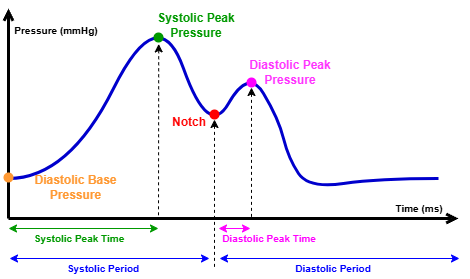
Above: pump_ta018/assets/image/pressureGraph.png in sinekarlintang/PULSAR18_APP (draw.io), before the change. Source tidied: cells renumbered, new cells last; positions are measured from the earlier drawing's top-left corner, leaving out a move shared by most shapes.
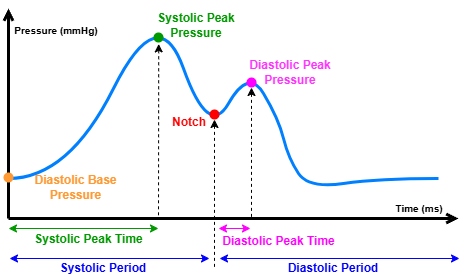
The same file after the commit.

Diff of the diagram source:
```diff
@@ -2,67 +2,67 @@
   <root>
     <mxCell id="0" />
     <mxCell id="1" parent="0" />
-    <mxCell id="2" style="curved=1;endArrow=none;html=1;rounded=0;startFill=0;strokeColor=#0000CC;strokeWidth=3;" parent="1" edge="1">
-      <mxGeometry relative="1" as="geometry">
-        <mxPoint x="435" y="180" as="sourcePoint" />
-        <mxPoint x="5" y="180" as="targetPoint" />
-        <Array as="points">
-          <mxPoint x="375" y="180" />
-          <mxPoint x="305" y="190" />
-          <mxPoint x="285" y="160" />
-          <mxPoint x="275" y="120" />
-          <mxPoint x="245" y="70" />
-          <mxPoint x="205" y="140" />
-          <mxPoint x="155" />
-          <mxPoint x="65" y="180" />
-        </Array>
-      </mxGeometry>
-    </mxCell>
-    <mxCell id="3" style="endArrow=open;startArrow=none;html=1;rounded=0;strokeWidth=3;startFill=0;endFill=0;" parent="1" edge="1">
-      <mxGeometry relative="1" as="geometry">
-        <mxPoint x="5" y="220" as="sourcePoint" />
-        <mxPoint x="5" y="10" as="targetPoint" />
-      </mxGeometry>
-    </mxCell>
-    <mxCell id="4" style="endArrow=none;startArrow=open;html=1;rounded=0;strokeWidth=3;startFill=0;endFill=0;" parent="1" edge="1">
-      <mxGeometry relative="1" as="geometry">
-        <mxPoint x="455" y="220" as="sourcePoint" />
-        <mxPoint x="5" y="220" as="targetPoint" />
-      </mxGeometry>
-    </mxCell>
-    <mxCell id="5" style="endArrow=classic;startArrow=classic;html=1;rounded=0;strokeWidth=1;startFill=1;endFill=1;fontColor=#00FF00;strokeColor=#009900;" parent="1" edge="1">
-      <mxGeometry relative="1" as="geometry">
-        <mxPoint x="5" y="230" as="sourcePoint" />
-        <mxPoint x="155" y="230" as="targetPoint" />
-      </mxGeometry>
-    </mxCell>
-    <mxCell id="6" style="endArrow=none;startArrow=classic;html=1;rounded=0;strokeWidth=1;startFill=1;endFill=1;dashed=1;exitX=0.522;exitY=1.142;exitDx=0;exitDy=0;exitPerimeter=0;" parent="1" edge="1" source="11">
-      <mxGeometry relative="1" as="geometry">
-        <mxPoint x="155" y="220" as="targetPoint" />
-      </mxGeometry>
-    </mxCell>
-    <mxCell id="7" style="endArrow=none;startArrow=classic;html=1;rounded=0;strokeWidth=1;startFill=1;endFill=1;dashed=1;exitX=0.5;exitY=1;exitDx=0;exitDy=0;" parent="1" edge="1" source="13">
-      <mxGeometry relative="1" as="geometry">
-        <mxPoint x="248" y="220" as="targetPoint" />
-      </mxGeometry>
-    </mxCell>
-    <mxCell id="8" style="endArrow=none;startArrow=classic;html=1;rounded=0;strokeWidth=1;startFill=1;endFill=1;dashed=1;exitX=0.5;exitY=1;exitDx=0;exitDy=0;" parent="1" edge="1" source="12">
-      <mxGeometry relative="1" as="geometry">
-        <mxPoint x="211" y="270" as="targetPoint" />
-      </mxGeometry>
-    </mxCell>
-    <mxCell id="9" style="endArrow=classic;startArrow=classic;html=1;rounded=0;strokeWidth=1;startFill=1;endFill=1;strokeColor=#0000FF;" parent="1" edge="1">
-      <mxGeometry relative="1" as="geometry">
-        <mxPoint x="6" y="260" as="sourcePoint" />
-        <mxPoint x="206" y="260" as="targetPoint" />
-      </mxGeometry>
-    </mxCell>
-    <mxCell id="10" style="endArrow=classic;startArrow=classic;html=1;rounded=0;strokeWidth=1;startFill=1;endFill=1;strokeColor=#0000FF;" parent="1" edge="1">
-      <mxGeometry relative="1" as="geometry">
-        <mxPoint x="216" y="260" as="sourcePoint" />
-        <mxPoint x="456" y="260" as="targetPoint" />
-      </mxGeometry>
-    </mxCell>
+    <mxCell id="26" style="curved=1;endArrow=none;html=1;rounded=0;startFill=0;strokeColor=#007FFF;strokeWidth=3;" parent="1" edge="1">
+      <mxGeometry relative="1" as="geometry">
+        <mxPoint x="435" y="180" as="sourcePoint" />
+        <mxPoint x="5" y="180" as="targetPoint" />
+        <Array as="points">
+          <mxPoint x="375" y="180" />
+          <mxPoint x="305" y="190" />
+          <mxPoint x="285" y="160" />
+          <mxPoint x="275" y="120" />
+          <mxPoint x="245" y="70" />
+          <mxPoint x="205" y="140" />
+          <mxPoint x="155" />
+          <mxPoint x="65" y="180" />
+        </Array>
+      </mxGeometry>
+    </mxCell>
+    <mxCell id="27" style="endArrow=open;startArrow=none;html=1;rounded=0;strokeWidth=3;startFill=0;endFill=0;" parent="1" edge="1">
+      <mxGeometry relative="1" as="geometry">
+        <mxPoint x="5" y="220" as="sourcePoint" />
+        <mxPoint x="5" y="10" as="targetPoint" />
+      </mxGeometry>
+    </mxCell>
+    <mxCell id="28" style="endArrow=none;startArrow=open;html=1;rounded=0;strokeWidth=3;startFill=0;endFill=0;" parent="1" edge="1">
+      <mxGeometry relative="1" as="geometry">
+        <mxPoint x="455" y="220" as="sourcePoint" />
+        <mxPoint x="5" y="220" as="targetPoint" />
+      </mxGeometry>
+    </mxCell>
+    <mxCell id="29" style="endArrow=classic;startArrow=classic;html=1;rounded=0;strokeWidth=1;startFill=1;endFill=1;fontColor=#00FF00;strokeColor=#009900;" parent="1" edge="1">
+      <mxGeometry relative="1" as="geometry">
+        <mxPoint x="5" y="230" as="sourcePoint" />
+        <mxPoint x="155" y="230" as="targetPoint" />
+      </mxGeometry>
+    </mxCell>
+    <mxCell id="30" style="endArrow=none;startArrow=classic;html=1;rounded=0;strokeWidth=1;startFill=1;endFill=1;dashed=1;exitX=0.522;exitY=1.142;exitDx=0;exitDy=0;exitPerimeter=0;" parent="1" edge="1" source="11">
+      <mxGeometry relative="1" as="geometry">
+        <mxPoint x="155" y="220" as="targetPoint" />
+      </mxGeometry>
+    </mxCell>
+    <mxCell id="31" style="endArrow=none;startArrow=classic;html=1;rounded=0;strokeWidth=1;startFill=1;endFill=1;dashed=1;exitX=0.5;exitY=1;exitDx=0;exitDy=0;" parent="1" edge="1" source="13">
+      <mxGeometry relative="1" as="geometry">
+        <mxPoint x="248" y="220" as="targetPoint" />
+      </mxGeometry>
+    </mxCell>
+    <mxCell id="32" style="endArrow=none;startArrow=classic;html=1;rounded=0;strokeWidth=1;startFill=1;endFill=1;dashed=1;exitX=0.5;exitY=1;exitDx=0;exitDy=0;" parent="1" edge="1" source="12">
+      <mxGeometry relative="1" as="geometry">
+        <mxPoint x="211" y="270" as="targetPoint" />
+      </mxGeometry>
+    </mxCell>
+    <mxCell id="33" style="endArrow=classic;startArrow=classic;html=1;rounded=0;strokeWidth=1;startFill=1;endFill=1;strokeColor=#0000FF;" parent="1" edge="1">
+      <mxGeometry relative="1" as="geometry">
+        <mxPoint x="6" y="260" as="sourcePoint" />
+        <mxPoint x="206" y="260" as="targetPoint" />
+      </mxGeometry>
+    </mxCell>
+    <mxCell id="34" style="endArrow=classic;startArrow=classic;html=1;rounded=0;strokeWidth=1;startFill=1;endFill=1;strokeColor=#0000FF;" parent="1" edge="1">
+      <mxGeometry relative="1" as="geometry">
+        <mxPoint x="216" y="260" as="sourcePoint" />
+        <mxPoint x="456" y="260" as="targetPoint" />
+      </mxGeometry>
+    </mxCell>
     <mxCell id="11" style="ellipse;whiteSpace=wrap;html=1;fillColor=#009900;strokeColor=none;" parent="1" vertex="1">
       <mxGeometry x="150" y="34" width="10" height="10" as="geometry" />
     </mxCell>
@@ -81,22 +81,22 @@
     <mxCell id="16" value="&lt;font style=&quot;color: rgb(255, 0, 0);&quot;&gt;Notch&lt;/font&gt;" style="text;html=1;align=center;verticalAlign=middle;whiteSpace=wrap;rounded=0;fontStyle=1;fontColor=#00FF00;rotation=0;" parent="1" vertex="1">
       <mxGeometry x="126" y="109" width="120" height="30" as="geometry" />
     </mxCell>
-    <mxCell id="17" value="&lt;span style=&quot;&quot;&gt;&lt;b&gt;&lt;font style=&quot;color: rgb(0, 153, 0);&quot;&gt;Systolic Peak Time&lt;/font&gt;&lt;/b&gt;&lt;/span&gt;" style="text;html=1;align=center;verticalAlign=middle;whiteSpace=wrap;rounded=0;fontStyle=0;fontColor=#00FF00;fontSize=10;" parent="1" vertex="1">
-      <mxGeometry x="26" y="230" width="100" height="20" as="geometry" />
+    <mxCell id="17" value="&lt;span&gt;&lt;b&gt;&lt;font style=&quot;color: rgb(0, 153, 0);&quot;&gt;Systolic Peak Time&lt;/font&gt;&lt;/b&gt;&lt;/span&gt;" style="text;html=1;align=center;verticalAlign=middle;whiteSpace=wrap;rounded=0;fontStyle=0;fontColor=#00FF00;fontSize=12;" parent="1" vertex="1">
+      <mxGeometry x="26" y="231" width="119" height="20" as="geometry" />
     </mxCell>
-    <mxCell id="18" style="endArrow=classic;startArrow=classic;html=1;rounded=0;strokeWidth=1;startFill=1;endFill=1;fontColor=#FFFF00;strokeColor=#FF00FF;" parent="1" edge="1">
-      <mxGeometry relative="1" as="geometry">
-        <mxPoint x="215" y="230" as="sourcePoint" />
-        <mxPoint x="247" y="230" as="targetPoint" />
-      </mxGeometry>
-    </mxCell>
+    <mxCell id="35" style="endArrow=classic;startArrow=classic;html=1;rounded=0;strokeWidth=1;startFill=1;endFill=1;fontColor=#FFFF00;strokeColor=#FF00FF;" parent="1" edge="1">
+      <mxGeometry relative="1" as="geometry">
+        <mxPoint x="215" y="230" as="sourcePoint" />
+        <mxPoint x="247" y="230" as="targetPoint" />
+      </mxGeometry>
+    </mxCell>
-    <mxCell id="19" value="&lt;span style=&quot;&quot;&gt;&lt;b&gt;&lt;font style=&quot;color: rgb(255, 0, 255);&quot;&gt;Diastolic Peak Time&lt;/font&gt;&lt;/b&gt;&lt;/span&gt;" style="text;html=1;align=center;verticalAlign=middle;whiteSpace=wrap;rounded=0;fontStyle=0;fontColor=#00FF00;fontSize=10;" parent="1" vertex="1">
-      <mxGeometry x="216" y="230" width="100" height="20" as="geometry" />
+    <mxCell id="19" value="&lt;span&gt;&lt;b&gt;&lt;font style=&quot;color: rgb(255, 0, 255);&quot;&gt;Diastolic Peak Time&lt;/font&gt;&lt;/b&gt;&lt;/span&gt;" style="text;html=1;align=center;verticalAlign=middle;whiteSpace=wrap;rounded=0;fontStyle=0;fontColor=#00FF00;fontSize=12;" parent="1" vertex="1">
+      <mxGeometry x="216" y="233" width="119" height="20" as="geometry" />
     </mxCell>
-    <mxCell id="20" value="&lt;span style=&quot;&quot;&gt;&lt;b&gt;&lt;font style=&quot;&quot;&gt;Systolic Period&lt;/font&gt;&lt;/b&gt;&lt;/span&gt;" style="text;html=1;align=center;verticalAlign=middle;whiteSpace=wrap;rounded=0;fontStyle=0;fontColor=#0000FF;fontSize=10;" parent="1" vertex="1">
+    <mxCell id="20" value="&lt;span&gt;&lt;b&gt;&lt;font&gt;Systolic Period&lt;/font&gt;&lt;/b&gt;&lt;/span&gt;" style="text;html=1;align=center;verticalAlign=middle;whiteSpace=wrap;rounded=0;fontStyle=0;fontColor=#0000FF;fontSize=12;" parent="1" vertex="1">
       <mxGeometry x="50" y="260" width="100" height="20" as="geometry" />
     </mxCell>
-    <mxCell id="21" value="&lt;span style=&quot;&quot;&gt;&lt;b&gt;&lt;font style=&quot;&quot;&gt;Diastolic Period&lt;/font&gt;&lt;/b&gt;&lt;/span&gt;" style="text;html=1;align=center;verticalAlign=middle;whiteSpace=wrap;rounded=0;fontStyle=0;fontColor=#0000FF;fontSize=10;" parent="1" vertex="1">
+    <mxCell id="21" value="&lt;span&gt;&lt;b&gt;&lt;font&gt;Diastolic Period&lt;/font&gt;&lt;/b&gt;&lt;/span&gt;" style="text;html=1;align=center;verticalAlign=middle;whiteSpace=wrap;rounded=0;fontStyle=0;fontColor=#0000FF;fontSize=12;" parent="1" vertex="1">
       <mxGeometry x="280" y="260" width="100" height="20" as="geometry" />
     </mxCell>
     <mxCell id="22" value="&lt;span style=&quot;&quot;&gt;&lt;b&gt;&lt;font style=&quot;color: rgb(0, 0, 0);&quot;&gt;Pressure (mmHg)&lt;/font&gt;&lt;/b&gt;&lt;/span&gt;" style="text;html=1;align=center;verticalAlign=middle;whiteSpace=wrap;rounded=0;fontStyle=0;fontColor=#00FF00;fontSize=10;" parent="1" vertex="1">
```
